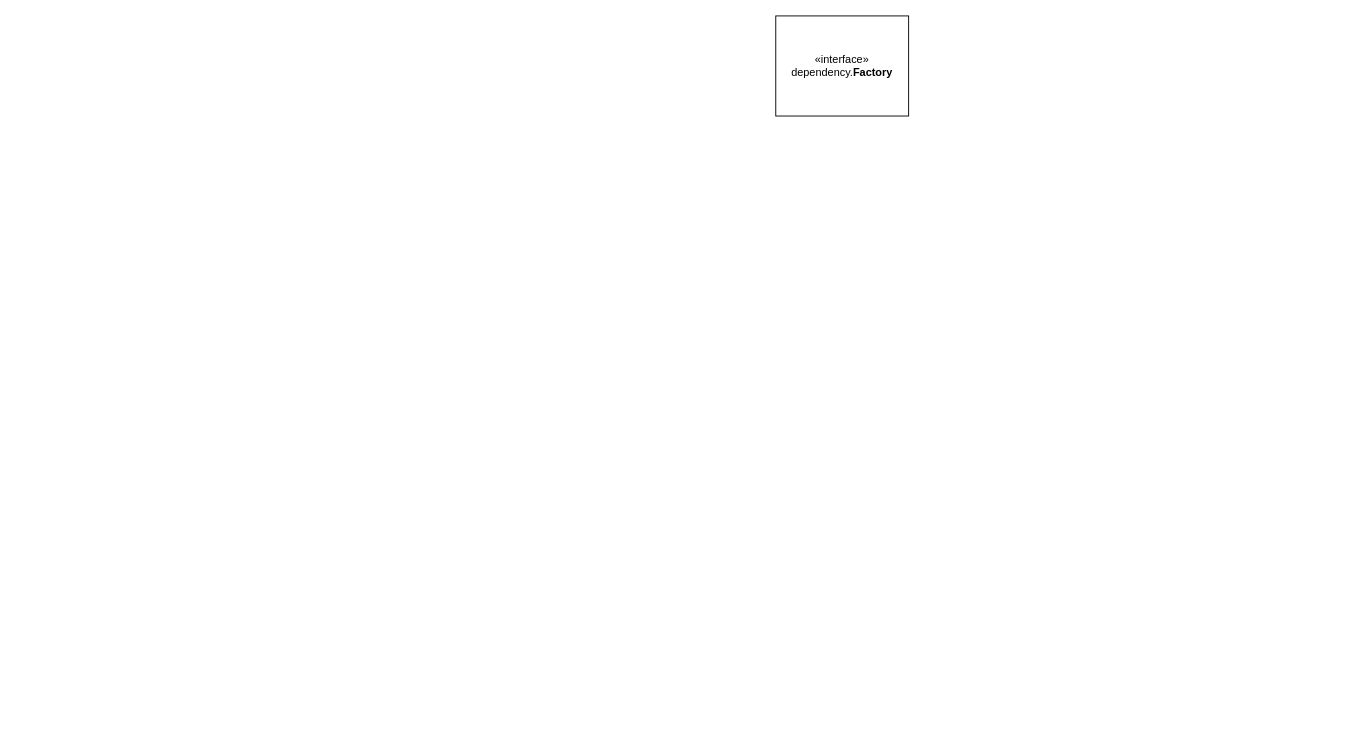
wangjn163/web keeps this draw.io diagram as 未命名绘图.drawio. Above is the earlier version. Source tidied: cells renumbered, new cells numbered last; positions are measured from the earlier drawing's top-left corner, leaving out a move shared by most shapes. Both pictures are drawn from the tidied source at 91%, with x=0, y=0 at pixel (775, 15).
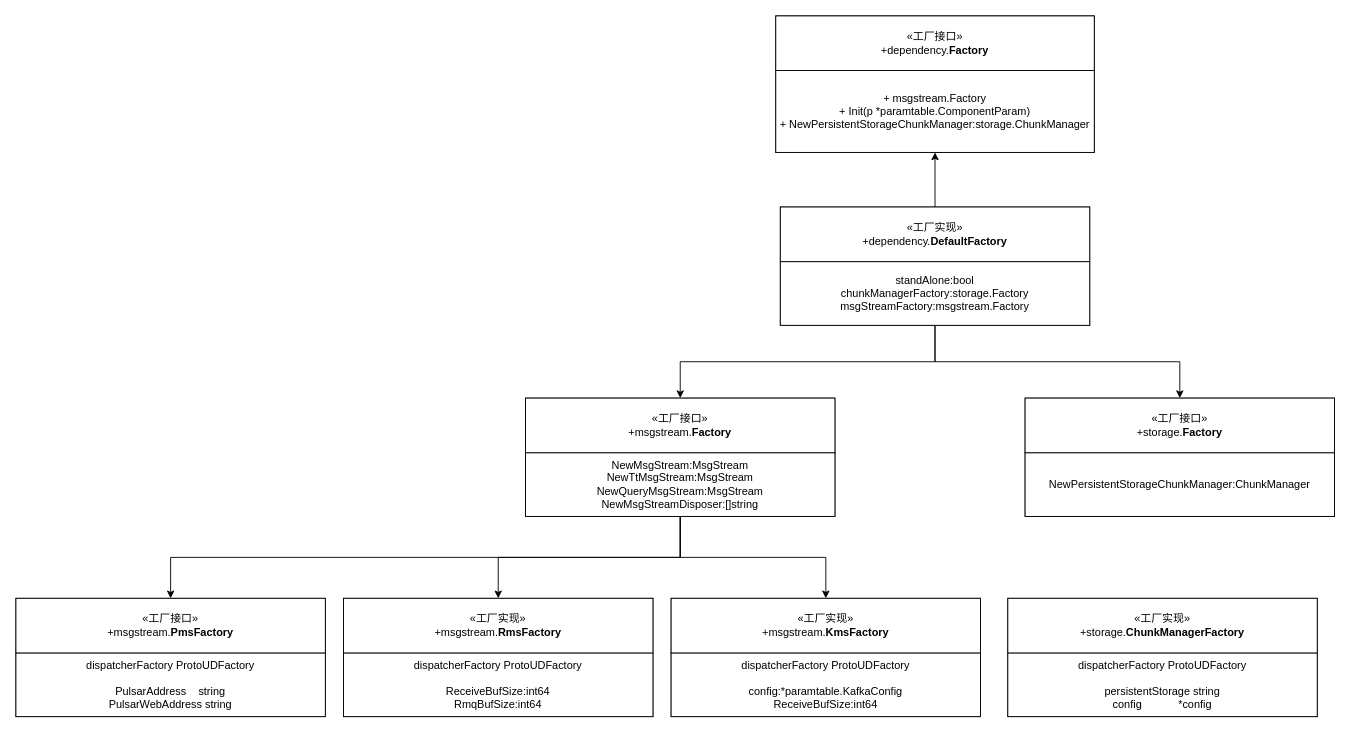
After the change.

What changed in the source:
```diff
@@
-    <mxCell id="2" value="«interface»&lt;div&gt;dependency.&lt;b&gt;Factory&lt;/b&gt;&lt;br&gt;&lt;/div&gt;" style="html=1;whiteSpace=wrap;" parent="1" vertex="1">
-      <mxGeometry width="146" height="110" as="geometry" />
+    <mxCell id="2" value="&lt;div&gt;&lt;br&gt;&lt;/div&gt;" style="html=1;whiteSpace=wrap;" parent="1" vertex="1">
+      <mxGeometry width="350" height="150" as="geometry" />
     </mxCell>
+    <mxCell id="3" value="&lt;div&gt;+ msgstream.Factory&lt;br&gt;&lt;/div&gt;&lt;div&gt;+ Init(p *paramtable.ComponentParam)&lt;br&gt;&lt;/div&gt;&lt;div&gt;+ NewPersistentStorageChunkManager:storage.ChunkManager&lt;/div&gt;" style="html=1;whiteSpace=wrap;" parent="1" vertex="1">
+      <mxGeometry y="60" width="350" height="90" as="geometry" />
+    </mxCell>
+    <mxCell id="4" value="«工厂接口»&lt;div&gt;+dependency.&lt;b&gt;Factory&lt;br&gt;&lt;/b&gt;&lt;/div&gt;" style="html=1;whiteSpace=wrap;" parent="1" vertex="1">
+      <mxGeometry width="350" height="60" as="geometry" />
+    </mxCell>
+    <mxCell id="5" style="edgeStyle=orthogonalEdgeStyle;rounded=0;jettySize=auto;html=1;entryX=0.5;entryY=1;entryDx=0;entryDy=0;" parent="1" edge="1" source="6" target="3">
+      <mxGeometry relative="1" as="geometry" />
+    </mxCell>
+    <mxCell id="6" value="&lt;div&gt;&lt;br&gt;&lt;/div&gt;" style="html=1;whiteSpace=wrap;" parent="1" vertex="1">
+      <mxGeometry x="5" y="210" width="340" height="130" as="geometry" />
+    </mxCell>
+    <mxCell id="7" style="edgeStyle=orthogonalEdgeStyle;rounded=0;jettySize=auto;html=1;entryX=0.5;entryY=0;entryDx=0;entryDy=0;" parent="1" edge="1" source="9" target="16">
+      <mxGeometry relative="1" as="geometry" />
+    </mxCell>
+    <mxCell id="8" style="edgeStyle=orthogonalEdgeStyle;rounded=0;jettySize=auto;html=1;" parent="1" edge="1" source="9" target="19">
+      <mxGeometry relative="1" as="geometry" />
+    </mxCell>
+    <mxCell id="9" value="&lt;div&gt;&lt;span style=&quot;background-color: initial;&quot;&gt;standAlone:&lt;/span&gt;&lt;span style=&quot;background-color: initial;&quot;&gt;bool&lt;/span&gt;&lt;/div&gt;&lt;div&gt;&lt;span style=&quot;background-color: initial;&quot;&gt;chunkManagerFactory:storage.Factory&lt;/span&gt;&lt;/div&gt;&lt;div&gt;msgStreamFactory:msgstream.Factory&lt;br&gt;&lt;/div&gt;" style="html=1;whiteSpace=wrap;" parent="1" vertex="1">
+      <mxGeometry x="5" y="270" width="340" height="70" as="geometry" />
+    </mxCell>
+    <mxCell id="10" value="«工厂实现»&lt;div&gt;+dependency.&lt;span style=&quot;background-color: initial;&quot;&gt;&lt;b&gt;DefaultFactory&lt;/b&gt;&lt;/span&gt;&lt;b&gt;&lt;br&gt;&lt;/b&gt;&lt;/div&gt;" style="html=1;whiteSpace=wrap;" parent="1" vertex="1">
+      <mxGeometry x="5" y="210" width="340" height="60" as="geometry" />
+    </mxCell>
+    <mxCell id="11" value="&lt;div&gt;&lt;br&gt;&lt;/div&gt;" style="html=1;whiteSpace=wrap;" parent="1" vertex="1">
+      <mxGeometry x="-275" y="420" width="340" height="130" as="geometry" />
+    </mxCell>
+    <mxCell id="12" style="edgeStyle=orthogonalEdgeStyle;rounded=0;jettySize=auto;html=1;entryX=0.5;entryY=0;entryDx=0;entryDy=0;exitX=0.5;exitY=1;exitDx=0;exitDy=0;" parent="1" edge="1" source="15" target="22">
+      <mxGeometry relative="1" as="geometry" />
+    </mxCell>
+    <mxCell id="13" style="edgeStyle=orthogonalEdgeStyle;rounded=0;jettySize=auto;html=1;entryX=0.5;entryY=0;entryDx=0;entryDy=0;" parent="1" edge="1" source="15" target="25">
+      <mxGeometry relative="1" as="geometry" />
+    </mxCell>
+    <mxCell id="14" style="edgeStyle=orthogonalEdgeStyle;rounded=0;jettySize=auto;html=1;entryX=0.5;entryY=0;entryDx=0;entryDy=0;" parent="1" edge="1" source="15" target="28">
+      <mxGeometry relative="1" as="geometry" />
+    </mxCell>
+    <mxCell id="15" value="&lt;div&gt;NewMsgStream:MsgStream&lt;br&gt;NewTtMsgStream:MsgStream&lt;br&gt;&lt;/div&gt;&lt;div&gt;NewQueryMsgStream:MsgStream&lt;br&gt;&lt;/div&gt;&lt;div&gt;NewMsgStreamDisposer:[]string&lt;br&gt;&lt;/div&gt;" style="html=1;whiteSpace=wrap;" parent="1" vertex="1">
+      <mxGeometry x="-275" y="480" width="340" height="70" as="geometry" />
+    </mxCell>
+    <mxCell id="16" value="«工厂接口»&lt;div&gt;+msgstream.&lt;span style=&quot;background-color: initial;&quot;&gt;&lt;b&gt;Factory&lt;/b&gt;&lt;/span&gt;&lt;b&gt;&lt;br&gt;&lt;/b&gt;&lt;/div&gt;" style="html=1;whiteSpace=wrap;" parent="1" vertex="1">
+      <mxGeometry x="-275" y="420" width="340" height="60" as="geometry" />
+    </mxCell>
+    <mxCell id="17" value="&lt;div&gt;&lt;br&gt;&lt;/div&gt;" style="html=1;whiteSpace=wrap;" parent="1" vertex="1">
+      <mxGeometry x="274" y="420" width="340" height="130" as="geometry" />
+    </mxCell>
+    <mxCell id="18" value="&lt;div&gt;NewPersistentStorageChunkManager:ChunkManager&lt;br&gt;&lt;/div&gt;" style="html=1;whiteSpace=wrap;" parent="1" vertex="1">
+      <mxGeometry x="274" y="480" width="340" height="70" as="geometry" />
+    </mxCell>
+    <mxCell id="19" value="«工厂接口»&lt;div&gt;+storage.&lt;span style=&quot;background-color: initial;&quot;&gt;&lt;b&gt;Factory&lt;/b&gt;&lt;/span&gt;&lt;b&gt;&lt;br&gt;&lt;/b&gt;&lt;/div&gt;" style="html=1;whiteSpace=wrap;" parent="1" vertex="1">
+      <mxGeometry x="274" y="420" width="340" height="60" as="geometry" />
+    </mxCell>
+    <mxCell id="20" value="&lt;div&gt;&lt;br&gt;&lt;/div&gt;" style="html=1;whiteSpace=wrap;" parent="1" vertex="1">
+      <mxGeometry x="-835" y="640" width="340" height="130" as="geometry" />
+    </mxCell>
+    <mxCell id="21" value="&lt;div&gt;dispatcherFactory ProtoUDFactory&lt;br&gt;&lt;/div&gt;&lt;div&gt;&lt;br&gt;&lt;/div&gt;&lt;div&gt;PulsarAddress&amp;nbsp; &amp;nbsp; string&lt;br&gt;&lt;/div&gt;&lt;div&gt;PulsarWebAddress string&lt;br&gt;&lt;/div&gt;" style="html=1;whiteSpace=wrap;" parent="1" vertex="1">
+      <mxGeometry x="-835" y="700" width="340" height="70" as="geometry" />
+    </mxCell>
+    <mxCell id="22" value="«工厂接口»&lt;div&gt;+msgstream.&lt;span style=&quot;background-color: initial;&quot;&gt;&lt;b&gt;PmsFactory&lt;/b&gt;&lt;/span&gt;&lt;b&gt;&lt;br&gt;&lt;/b&gt;&lt;/div&gt;" style="html=1;whiteSpace=wrap;" parent="1" vertex="1">
+      <mxGeometry x="-835" y="640" width="340" height="60" as="geometry" />
+    </mxCell>
+    <mxCell id="23" value="&lt;div&gt;&lt;br&gt;&lt;/div&gt;" style="html=1;whiteSpace=wrap;" parent="1" vertex="1">
+      <mxGeometry x="-475" y="640" width="340" height="130" as="geometry" />
+    </mxCell>
+    <mxCell id="24" value="&lt;div&gt;dispatcherFactory ProtoUDFactory&lt;br&gt;&lt;/div&gt;&lt;div&gt;&lt;br&gt;&lt;/div&gt;&lt;div&gt;ReceiveBufSize:int64&lt;br&gt;&lt;/div&gt;&lt;div&gt;RmqBufSize:int64&lt;br&gt;&lt;/div&gt;" style="html=1;whiteSpace=wrap;" parent="1" vertex="1">
+      <mxGeometry x="-475" y="700" width="340" height="70" as="geometry" />
+    </mxCell>
+    <mxCell id="25" value="«工厂实现»&lt;div&gt;+msgstream.&lt;span style=&quot;background-color: initial;&quot;&gt;&lt;b&gt;RmsFactory&lt;/b&gt;&lt;/span&gt;&lt;b&gt;&lt;br&gt;&lt;/b&gt;&lt;/div&gt;" style="html=1;whiteSpace=wrap;" parent="1" vertex="1">
+      <mxGeometry x="-475" y="640" width="340" height="60" as="geometry" />
+    </mxCell>
+    <mxCell id="26" value="&lt;div&gt;&lt;br&gt;&lt;/div&gt;" style="html=1;whiteSpace=wrap;" parent="1" vertex="1">
+      <mxGeometry x="-115" y="640" width="340" height="130" as="geometry" />
+    </mxCell>
+    <mxCell id="27" value="&lt;div&gt;dispatcherFactory ProtoUDFactory&lt;br&gt;&lt;/div&gt;&lt;div&gt;&lt;br&gt;&lt;/div&gt;&lt;div&gt;config:*paramtable.KafkaConfig&lt;br&gt;&lt;/div&gt;&lt;div&gt;ReceiveBufSize:int64&lt;br&gt;&lt;/div&gt;" style="html=1;whiteSpace=wrap;" parent="1" vertex="1">
+      <mxGeometry x="-115" y="700" width="340" height="70" as="geometry" />
+    </mxCell>
+    <mxCell id="28" value="«工厂实现»&lt;div&gt;+msgstream.&lt;span style=&quot;background-color: initial;&quot;&gt;&lt;b&gt;KmsFactory&lt;/b&gt;&lt;/span&gt;&lt;b&gt;&lt;br&gt;&lt;/b&gt;&lt;/div&gt;" style="html=1;whiteSpace=wrap;" parent="1" vertex="1">
+      <mxGeometry x="-115" y="640" width="340" height="60" as="geometry" />
+    </mxCell>
+    <mxCell id="29" value="&lt;div&gt;&lt;br&gt;&lt;/div&gt;" style="html=1;whiteSpace=wrap;" parent="1" vertex="1">
+      <mxGeometry x="255" y="640" width="340" height="130" as="geometry" />
+    </mxCell>
+    <mxCell id="30" value="&lt;div&gt;dispatcherFactory ProtoUDFactory&lt;br&gt;&lt;/div&gt;&lt;div&gt;&lt;br&gt;&lt;/div&gt;&lt;div&gt;persistentStorage string&lt;br&gt;&lt;/div&gt;&lt;div&gt;config&amp;nbsp; &amp;nbsp; &amp;nbsp; &amp;nbsp; &amp;nbsp; &amp;nbsp; *config&lt;br&gt;&lt;/div&gt;" style="html=1;whiteSpace=wrap;" parent="1" vertex="1">
+      <mxGeometry x="255" y="700" width="340" height="70" as="geometry" />
+    </mxCell>
+    <mxCell id="31" value="«工厂实现»&lt;div&gt;+storage.&lt;span style=&quot;background-color: initial;&quot;&gt;&lt;b&gt;ChunkManagerFactory&lt;/b&gt;&lt;/span&gt;&lt;b&gt;&lt;br&gt;&lt;/b&gt;&lt;/div&gt;" style="html=1;whiteSpace=wrap;" parent="1" vertex="1">
+      <mxGeometry x="255" y="640" width="340" height="60" as="geometry" />
+    </mxCell>
```
